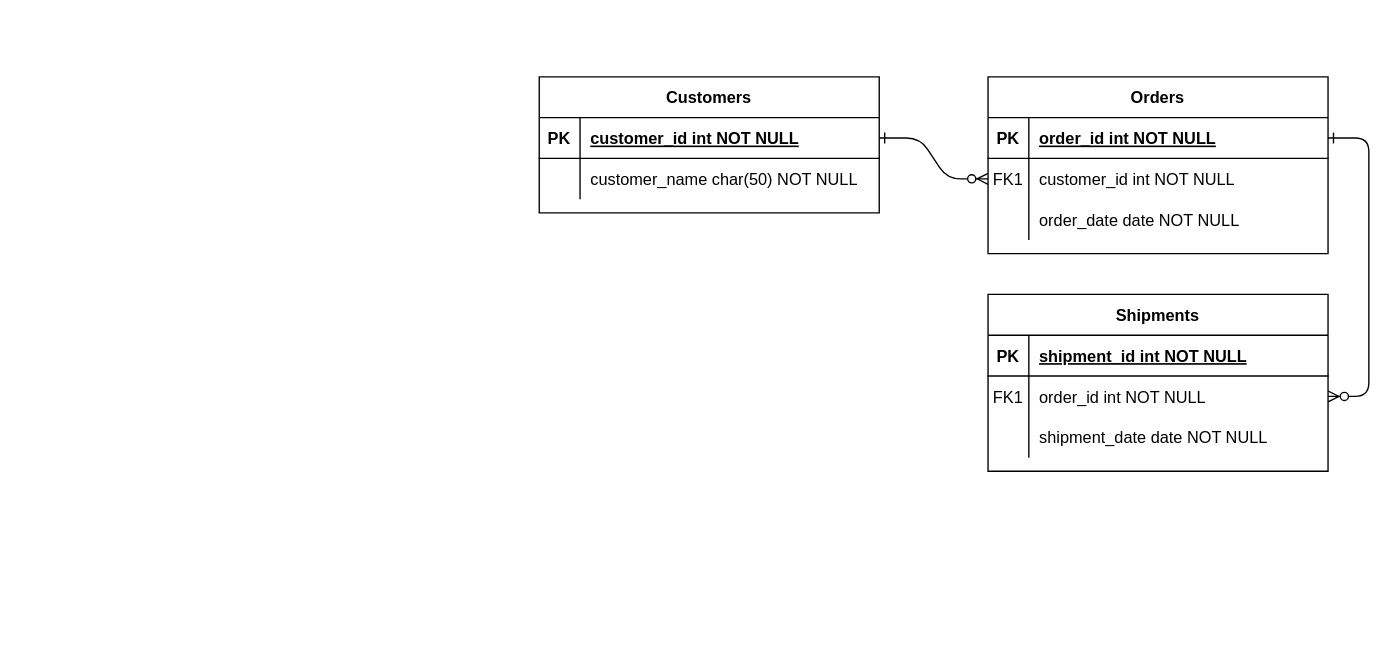
This is Untitled Diagram.drawio from ksudea/CT-mod05-les01, a draw.io file, before an edit. Source tidied: cells renumbered, new cells numbered last; positions are measured from the earlier drawing's top-left corner, leaving out a move shared by most shapes. Both pictures are drawn from the tidied source at 136%, with x=0, y=0 at pixel (539, 76).
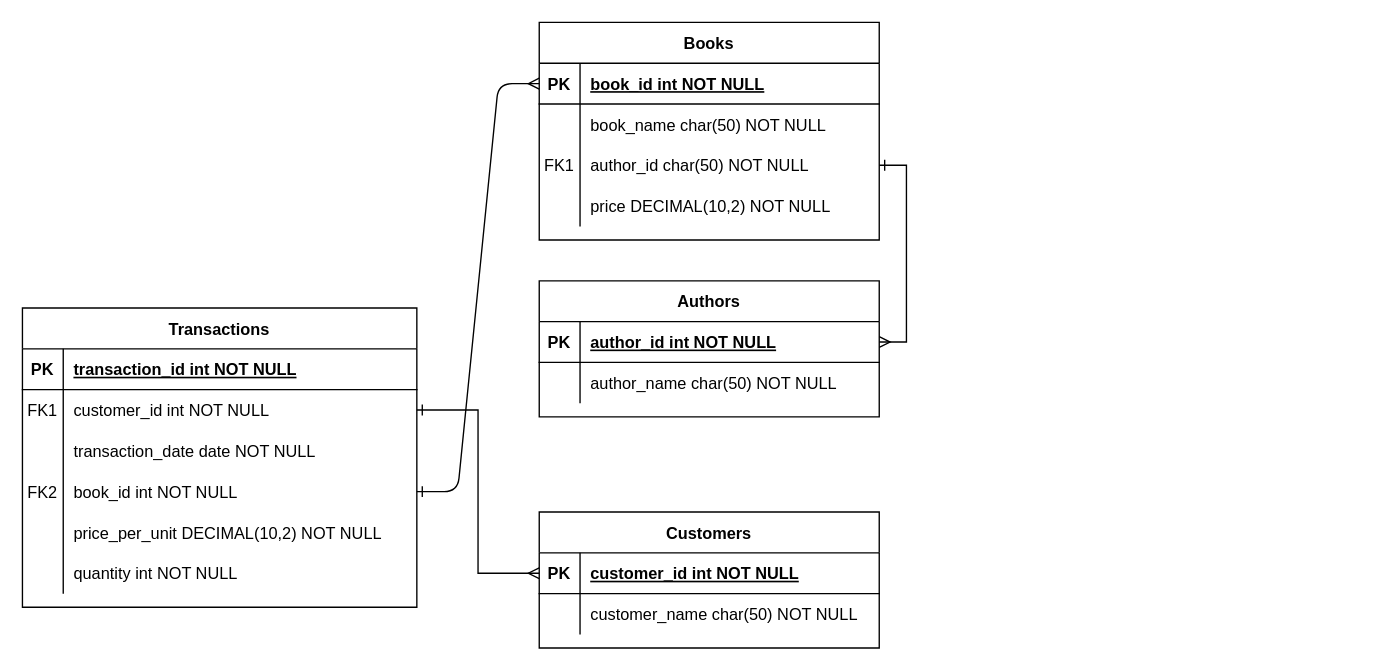
The same page after the edit.

What changed in the source:
```diff
@@
-    <mxCell id="2" style="edgeStyle=entityRelationEdgeStyle;endArrow=ERzeroToMany;startArrow=ERone;endFill=1;startFill=0;" parent="1" edge="1" source="25" target="8">
-      <mxGeometry relative="1" as="geometry" />
-    </mxCell>
-    <mxCell id="3" style="edgeStyle=entityRelationEdgeStyle;endArrow=ERzeroToMany;startArrow=ERone;endFill=1;startFill=0;" parent="1" edge="1" source="5" target="18">
+    <mxCell id="3" style="edgeStyle=entityRelationEdgeStyle;endArrow=ERmany;startArrow=ERone;endFill=0;startFill=0;entryX=0;entryY=0.5;entryDx=0;entryDy=0;" parent="1" edge="1" source="49" target="25">
       <mxGeometry relative="1" as="geometry" />
     </mxCell>
+    <mxCell id="24" value="Books" style="shape=table;startSize=30;childLayout=tableLayout;rowLines=0;fontStyle=1;align=center;" parent="1" vertex="1">
+      <mxGeometry y="-40" width="250" height="160" as="geometry" />
+    </mxCell>
+    <mxCell id="25" style="shape=partialRectangle;fillColor=none;points=[[0,0.5],[1,0.5]];portConstraint=eastwest;top=0;left=0;right=0;bottom=1;" parent="24" vertex="1">
+      <mxGeometry y="30" width="250" height="30" as="geometry" />
+    </mxCell>
+    <mxCell id="26" value="PK" style="shape=partialRectangle;overflow=hidden;fillColor=none;top=0;left=0;bottom=0;right=0;fontStyle=1;" parent="25" vertex="1">
+      <mxGeometry width="30" height="30" as="geometry" />
+    </mxCell>
+    <mxCell id="27" value="book_id int NOT NULL " style="shape=partialRectangle;overflow=hidden;fillColor=none;top=0;left=0;bottom=0;right=0;align=left;spacingLeft=6;fontStyle=5;" parent="25" vertex="1">
+      <mxGeometry x="30" width="220" height="30" as="geometry" />
+    </mxCell>
+    <mxCell id="28" style="shape=partialRectangle;fillColor=none;top=0;left=0;right=0;bottom=0;" parent="24" vertex="1">
+      <mxGeometry y="60" width="250" height="30" as="geometry" />
+    </mxCell>
+    <mxCell id="29" style="shape=partialRectangle;overflow=hidden;fillColor=none;top=0;left=0;bottom=0;right=0;" parent="28" vertex="1">
+      <mxGeometry width="30" height="30" as="geometry" />
+    </mxCell>
+    <mxCell id="30" value="book_name char(50) NOT NULL" style="shape=partialRectangle;overflow=hidden;fillColor=none;top=0;left=0;bottom=0;right=0;align=left;spacingLeft=6;" parent="28" vertex="1">
+      <mxGeometry x="30" width="220" height="30" as="geometry" />
+    </mxCell>
+    <mxCell id="21" style="shape=partialRectangle;fillColor=none;points=[[0,0.5],[1,0.5]];portConstraint=eastwest;top=0;left=0;right=0;bottom=0;" parent="24" vertex="1">
+      <mxGeometry y="90" width="250" height="30" as="geometry" />
+    </mxCell>
+    <mxCell id="19" value="FK1" style="shape=partialRectangle;overflow=hidden;fillColor=none;top=0;left=0;bottom=0;right=0;" parent="21" vertex="1">
+      <mxGeometry width="30" height="30" as="geometry" />
+    </mxCell>
+    <mxCell id="31" value="author_id char(50) NOT NULL" style="shape=partialRectangle;overflow=hidden;fillColor=none;top=0;left=0;bottom=0;right=0;align=left;spacingLeft=6;" parent="21" vertex="1">
+      <mxGeometry x="30" width="220" height="30" as="geometry" />
+    </mxCell>
+    <mxCell id="32" style="shape=partialRectangle;fillColor=none;top=0;left=0;right=0;bottom=0;" parent="24" vertex="1">
+      <mxGeometry y="120" width="250" height="30" as="geometry" />
+    </mxCell>
+    <mxCell id="33" style="shape=partialRectangle;overflow=hidden;fillColor=none;top=0;left=0;bottom=0;right=0;" parent="32" vertex="1">
+      <mxGeometry width="30" height="30" as="geometry" />
+    </mxCell>
+    <mxCell id="34" value="price DECIMAL(10,2) NOT NULL" style="shape=partialRectangle;overflow=hidden;fillColor=none;top=0;left=0;bottom=0;right=0;align=left;spacingLeft=6;" parent="32" vertex="1">
+      <mxGeometry x="30" width="220" height="30" as="geometry" />
+    </mxCell>
+    <mxCell id="35" value="Authors" style="shape=table;startSize=30;childLayout=tableLayout;rowLines=0;fontStyle=1;align=center;" parent="1" vertex="1">
+      <mxGeometry y="150" width="250" height="100" as="geometry" />
+    </mxCell>
+    <mxCell id="36" style="shape=partialRectangle;fillColor=none;points=[[0,0.5],[1,0.5]];portConstraint=eastwest;top=0;left=0;right=0;bottom=1;" parent="35" vertex="1">
+      <mxGeometry y="30" width="250" height="30" as="geometry" />
+    </mxCell>
+    <mxCell id="37" value="PK" style="shape=partialRectangle;overflow=hidden;fillColor=none;top=0;left=0;bottom=0;right=0;fontStyle=1;" parent="36" vertex="1">
+      <mxGeometry width="30" height="30" as="geometry" />
+    </mxCell>
+    <mxCell id="38" value="author_id int NOT NULL " style="shape=partialRectangle;overflow=hidden;fillColor=none;top=0;left=0;bottom=0;right=0;align=left;spacingLeft=6;fontStyle=5;" parent="36" vertex="1">
+      <mxGeometry x="30" width="220" height="30" as="geometry" />
+    </mxCell>
+    <mxCell id="39" style="shape=partialRectangle;fillColor=none;top=0;left=0;right=0;bottom=0;" parent="35" vertex="1">
+      <mxGeometry y="60" width="250" height="30" as="geometry" />
+    </mxCell>
+    <mxCell id="40" style="shape=partialRectangle;overflow=hidden;fillColor=none;top=0;left=0;bottom=0;right=0;" parent="39" vertex="1">
+      <mxGeometry width="30" height="30" as="geometry" />
+    </mxCell>
+    <mxCell id="41" value="author_name char(50) NOT NULL" style="shape=partialRectangle;overflow=hidden;fillColor=none;top=0;left=0;bottom=0;right=0;align=left;spacingLeft=6;" parent="39" vertex="1">
+      <mxGeometry x="30" width="220" height="30" as="geometry" />
+    </mxCell>
+    <mxCell id="42" value="Customers" style="shape=table;startSize=30;childLayout=tableLayout;rowLines=0;fontStyle=1;align=center;" parent="1" vertex="1">
+      <mxGeometry y="320" width="250" height="100" as="geometry" />
+    </mxCell>
+    <mxCell id="43" style="shape=partialRectangle;fillColor=none;points=[[0,0.5],[1,0.5]];portConstraint=eastwest;top=0;left=0;right=0;bottom=1;" parent="42" vertex="1">
+      <mxGeometry y="30" width="250" height="30" as="geometry" />
+    </mxCell>
+    <mxCell id="44" value="PK" style="shape=partialRectangle;overflow=hidden;fillColor=none;top=0;left=0;bottom=0;right=0;fontStyle=1;" parent="43" vertex="1">
+      <mxGeometry width="30" height="30" as="geometry" />
+    </mxCell>
+    <mxCell id="45" value="customer_id int NOT NULL " style="shape=partialRectangle;overflow=hidden;fillColor=none;top=0;left=0;bottom=0;right=0;align=left;spacingLeft=6;fontStyle=5;" parent="43" vertex="1">
+      <mxGeometry x="30" width="220" height="30" as="geometry" />
+    </mxCell>
+    <mxCell id="46" style="shape=partialRectangle;fillColor=none;top=0;left=0;right=0;bottom=0;" parent="42" vertex="1">
+      <mxGeometry y="60" width="250" height="30" as="geometry" />
+    </mxCell>
+    <mxCell id="47" style="shape=partialRectangle;overflow=hidden;fillColor=none;top=0;left=0;bottom=0;right=0;" parent="46" vertex="1">
+      <mxGeometry width="30" height="30" as="geometry" />
+    </mxCell>
+    <mxCell id="48" value="customer_name char(50) NOT NULL" style="shape=partialRectangle;overflow=hidden;fillColor=none;top=0;left=0;bottom=0;right=0;align=left;spacingLeft=6;" parent="46" vertex="1">
+      <mxGeometry x="30" width="220" height="30" as="geometry" />
+    </mxCell>
-    <mxCell id="4" value="Orders" style="shape=table;startSize=30;childLayout=tableLayout;rowLines=0;fontStyle=1;align=center;" parent="1" vertex="1">
-      <mxGeometry x="330" width="250" height="130" as="geometry" />
+    <mxCell id="4" value="Transactions" style="shape=table;startSize=30;childLayout=tableLayout;rowLines=0;fontStyle=1;align=center;" parent="1" vertex="1">
+      <mxGeometry x="-380" y="170" width="290" height="220" as="geometry" />
     </mxCell>
     <mxCell id="5" style="shape=partialRectangle;fillColor=none;points=[[0,0.5],[1,0.5]];portConstraint=eastwest;top=0;left=0;right=0;bottom=1;" parent="4" vertex="1">
-      <mxGeometry y="30" width="250" height="30" as="geometry" />
+      <mxGeometry y="30" width="290" height="30" as="geometry" />
     </mxCell>
@@
-    <mxCell id="7" value="order_id int NOT NULL " style="shape=partialRectangle;overflow=hidden;fillColor=none;top=0;left=0;bottom=0;right=0;align=left;spacingLeft=6;fontStyle=5;" parent="5" vertex="1">
-      <mxGeometry x="30" width="220" height="30" as="geometry" />
+    <mxCell id="7" value="transaction_id int NOT NULL " style="shape=partialRectangle;overflow=hidden;fillColor=none;top=0;left=0;bottom=0;right=0;align=left;spacingLeft=6;fontStyle=5;" parent="5" vertex="1">
+      <mxGeometry x="30" width="260" height="30" as="geometry" />
     </mxCell>
     <mxCell id="8" style="shape=partialRectangle;fillColor=none;points=[[0,0.5],[1,0.5]];portConstraint=eastwest;top=0;left=0;right=0;bottom=0;" parent="4" vertex="1">
-      <mxGeometry y="60" width="250" height="30" as="geometry" />
+      <mxGeometry y="60" width="290" height="30" as="geometry" />
     </mxCell>
@@
     <mxCell id="10" value="customer_id int NOT NULL" style="shape=partialRectangle;overflow=hidden;fillColor=none;top=0;left=0;bottom=0;right=0;align=left;spacingLeft=6;" parent="8" vertex="1">
-      <mxGeometry x="30" width="220" height="30" as="geometry" />
+      <mxGeometry x="30" width="260" height="30" as="geometry" />
     </mxCell>
     <mxCell id="11" style="shape=partialRectangle;fillColor=none;top=0;left=0;right=0;bottom=0;" parent="4" vertex="1">
-      <mxGeometry y="90" width="250" height="30" as="geometry" />
+      <mxGeometry y="90" width="290" height="30" as="geometry" />
     </mxCell>
@@
-    <mxCell id="13" value="order_date date NOT NULL" style="shape=partialRectangle;overflow=hidden;fillColor=none;top=0;left=0;bottom=0;right=0;align=left;spacingLeft=6;" parent="11" vertex="1">
-      <mxGeometry x="30" width="220" height="30" as="geometry" />
+    <mxCell id="13" value="transaction_date date NOT NULL" style="shape=partialRectangle;overflow=hidden;fillColor=none;top=0;left=0;bottom=0;right=0;align=left;spacingLeft=6;" parent="11" vertex="1">
+      <mxGeometry x="30" width="260" height="30" as="geometry" />
     </mxCell>
-    <mxCell id="14" value="Shipments" style="shape=table;startSize=30;childLayout=tableLayout;rowLines=0;fontStyle=1;align=center;" parent="1" vertex="1">
-      <mxGeometry x="330" y="160" width="250" height="130" as="geometry" />
-    </mxCell>
-    <mxCell id="15" style="shape=partialRectangle;fillColor=none;top=0;left=0;right=0;bottom=1;" parent="14" vertex="1">
-      <mxGeometry y="30" width="250" height="30" as="geometry" />
-    </mxCell>
-    <mxCell id="16" value="PK" style="shape=partialRectangle;overflow=hidden;fillColor=none;top=0;left=0;bottom=0;right=0;fontStyle=1;" parent="15" vertex="1">
-      <mxGeometry width="30" height="30" as="geometry" />
-    </mxCell>
-    <mxCell id="17" value="shipment_id int NOT NULL " style="shape=partialRectangle;overflow=hidden;fillColor=none;top=0;left=0;bottom=0;right=0;align=left;spacingLeft=6;fontStyle=5;" parent="15" vertex="1">
-      <mxGeometry x="30" width="220" height="30" as="geometry" />
-    </mxCell>
-    <mxCell id="18" style="shape=partialRectangle;fillColor=none;points=[[0,0.5],[1,0.5]];portConstraint=eastwest;top=0;left=0;right=0;bottom=0;" parent="14" vertex="1">
-      <mxGeometry y="60" width="250" height="30" as="geometry" />
-    </mxCell>
-    <mxCell id="19" value="FK1" style="shape=partialRectangle;overflow=hidden;fillColor=none;top=0;left=0;bottom=0;right=0;" parent="18" vertex="1">
-      <mxGeometry width="30" height="30" as="geometry" />
-    </mxCell>
-    <mxCell id="20" value="order_id int NOT NULL" style="shape=partialRectangle;overflow=hidden;fillColor=none;top=0;left=0;bottom=0;right=0;align=left;spacingLeft=6;" parent="18" vertex="1">
-      <mxGeometry x="30" width="220" height="30" as="geometry" />
-    </mxCell>
-    <mxCell id="21" style="shape=partialRectangle;fillColor=none;points=[[0,0.5],[1,0.5]];portConstraint=eastwest;top=0;left=0;right=0;bottom=0;" parent="14" vertex="1">
-      <mxGeometry y="90" width="250" height="30" as="geometry" />
-    </mxCell>
-    <mxCell id="22" style="shape=partialRectangle;overflow=hidden;fillColor=none;top=0;left=0;bottom=0;right=0;" parent="21" vertex="1">
-      <mxGeometry width="30" height="30" as="geometry" />
-    </mxCell>
-    <mxCell id="23" value="shipment_date date NOT NULL" style="shape=partialRectangle;overflow=hidden;fillColor=none;top=0;left=0;bottom=0;right=0;align=left;spacingLeft=6;" parent="21" vertex="1">
-      <mxGeometry x="30" width="220" height="30" as="geometry" />
-    </mxCell>
-    <mxCell id="24" value="Customers" style="shape=table;startSize=30;childLayout=tableLayout;rowLines=0;fontStyle=1;align=center;" parent="1" vertex="1">
-      <mxGeometry width="250" height="100" as="geometry" />
-    </mxCell>
-    <mxCell id="25" style="shape=partialRectangle;fillColor=none;points=[[0,0.5],[1,0.5]];portConstraint=eastwest;top=0;left=0;right=0;bottom=1;" parent="24" vertex="1">
-      <mxGeometry y="30" width="250" height="30" as="geometry" />
-    </mxCell>
-    <mxCell id="26" value="PK" style="shape=partialRectangle;overflow=hidden;fillColor=none;top=0;left=0;bottom=0;right=0;fontStyle=1;" parent="25" vertex="1">
-      <mxGeometry width="30" height="30" as="geometry" />
-    </mxCell>
-    <mxCell id="27" value="customer_id int NOT NULL " style="shape=partialRectangle;overflow=hidden;fillColor=none;top=0;left=0;bottom=0;right=0;align=left;spacingLeft=6;fontStyle=5;" parent="25" vertex="1">
-      <mxGeometry x="30" width="220" height="30" as="geometry" />
-    </mxCell>
-    <mxCell id="28" style="shape=partialRectangle;fillColor=none;top=0;left=0;right=0;bottom=0;" parent="24" vertex="1">
-      <mxGeometry y="60" width="250" height="30" as="geometry" />
-    </mxCell>
-    <mxCell id="29" style="shape=partialRectangle;overflow=hidden;fillColor=none;top=0;left=0;bottom=0;right=0;" parent="28" vertex="1">
-      <mxGeometry width="30" height="30" as="geometry" />
-    </mxCell>
-    <mxCell id="30" value="customer_name char(50) NOT NULL" style="shape=partialRectangle;overflow=hidden;fillColor=none;top=0;left=0;bottom=0;right=0;align=left;spacingLeft=6;" parent="28" vertex="1">
-      <mxGeometry x="30" width="220" height="30" as="geometry" />
-    </mxCell>
+    <mxCell id="49" style="shape=partialRectangle;fillColor=none;points=[[0,0.5],[1,0.5]];portConstraint=eastwest;top=0;left=0;right=0;bottom=0;" parent="4" vertex="1">
+      <mxGeometry y="120" width="290" height="30" as="geometry" />
+    </mxCell>
+    <mxCell id="50" value="FK2" style="shape=partialRectangle;overflow=hidden;fillColor=none;top=0;left=0;bottom=0;right=0;" parent="49" vertex="1">
+      <mxGeometry width="30" height="30" as="geometry" />
+    </mxCell>
+    <mxCell id="51" value="book_id int NOT NULL" style="shape=partialRectangle;overflow=hidden;fillColor=none;top=0;left=0;bottom=0;right=0;align=left;spacingLeft=6;" parent="49" vertex="1">
+      <mxGeometry x="30" width="260" height="30" as="geometry" />
+    </mxCell>
+    <mxCell id="52" style="shape=partialRectangle;fillColor=none;top=0;left=0;right=0;bottom=0;" parent="4" vertex="1">
+      <mxGeometry y="150" width="290" height="30" as="geometry" />
+    </mxCell>
+    <mxCell id="53" style="shape=partialRectangle;overflow=hidden;fillColor=none;top=0;left=0;bottom=0;right=0;" parent="52" vertex="1">
+      <mxGeometry width="30" height="30" as="geometry" />
+    </mxCell>
+    <mxCell id="54" value="price_per_unit DECIMAL(10,2) NOT NULL" style="shape=partialRectangle;overflow=hidden;fillColor=none;top=0;left=0;bottom=0;right=0;align=left;spacingLeft=6;" parent="52" vertex="1">
+      <mxGeometry x="30" width="260" height="30" as="geometry" />
+    </mxCell>
+    <mxCell id="55" style="shape=partialRectangle;fillColor=none;top=0;left=0;right=0;bottom=0;" parent="4" vertex="1">
+      <mxGeometry y="180" width="290" height="30" as="geometry" />
+    </mxCell>
+    <mxCell id="56" style="shape=partialRectangle;overflow=hidden;fillColor=none;top=0;left=0;bottom=0;right=0;" parent="55" vertex="1">
+      <mxGeometry width="30" height="30" as="geometry" />
+    </mxCell>
+    <mxCell id="57" value="quantity int NOT NULL" style="shape=partialRectangle;overflow=hidden;fillColor=none;top=0;left=0;bottom=0;right=0;align=left;spacingLeft=6;" parent="55" vertex="1">
+      <mxGeometry x="30" width="260" height="30" as="geometry" />
+    </mxCell>
+    <mxCell id="58" style="edgeStyle=orthogonalEdgeStyle;rounded=0;jettySize=auto;html=1;exitX=1;exitY=0.5;exitDx=0;exitDy=0;startArrow=ERone;startFill=0;endArrow=ERmany;endFill=0;" parent="1" edge="1" source="8" target="43">
+      <mxGeometry relative="1" as="geometry" />
+    </mxCell>
+    <mxCell id="59" style="edgeStyle=orthogonalEdgeStyle;rounded=0;jettySize=auto;html=1;exitX=1;exitY=0.5;exitDx=0;exitDy=0;entryX=1;entryY=0.5;entryDx=0;entryDy=0;startArrow=ERone;startFill=0;endArrow=ERmany;endFill=0;" parent="1" edge="1" source="21" target="36">
+      <mxGeometry relative="1" as="geometry" />
+    </mxCell>
```
